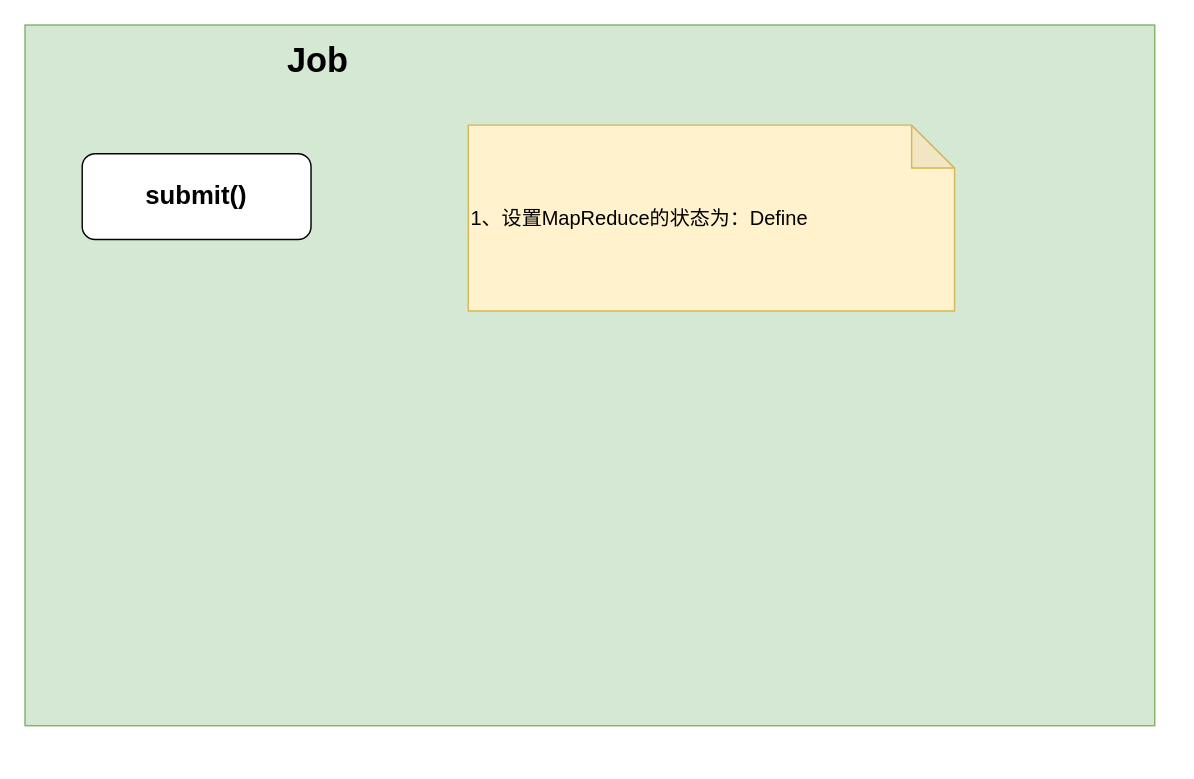
starzy1990/diagrams keeps this draw.io diagram as page "MapReduce" (5 of 5) of Hadoop.drawio. Above is the earlier version. Source tidied: cells renumbered, new cells numbered last; positions are measured from the earlier drawing's top-left corner, leaving out a move shared by most shapes. Both pictures are drawn from the tidied source at 143%, with x=0, y=0 at pixel (24, 24).
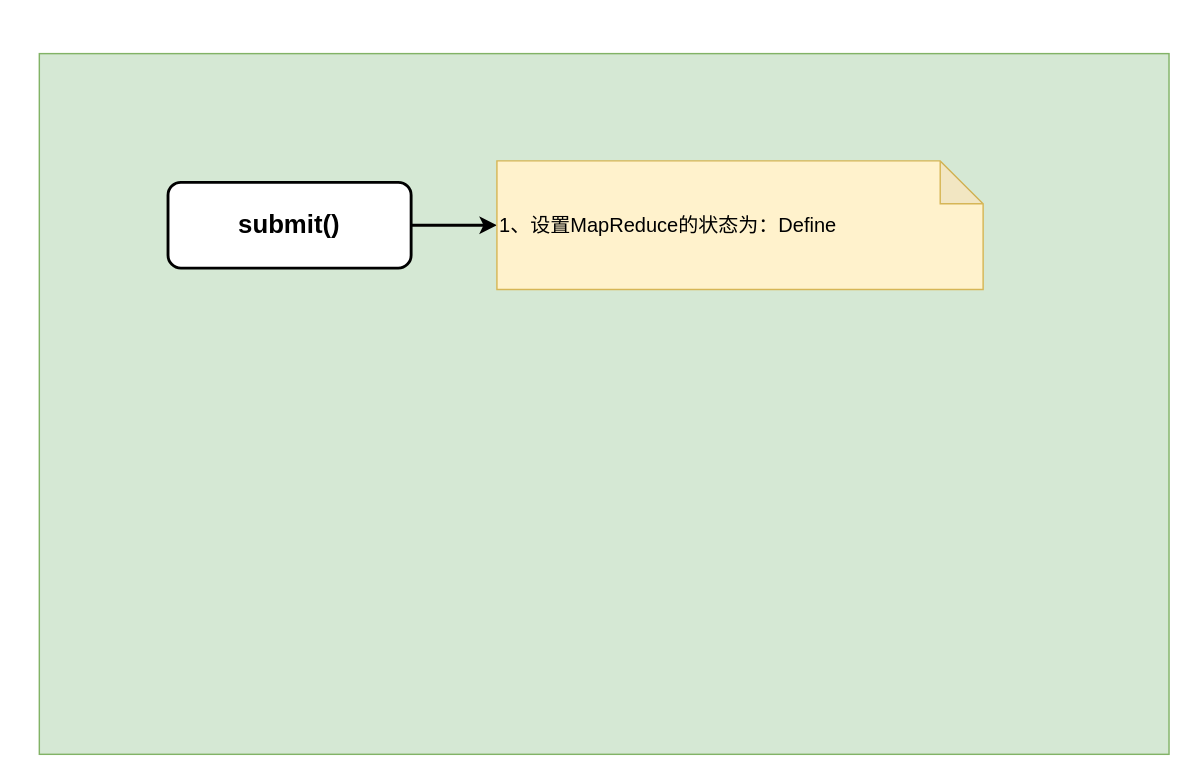
After the change.

What changed in the source:
```diff
@@
 <mxGraphModel>
   <root>
     <mxCell id="0" />
     <mxCell id="1" parent="0" />
     <mxCell id="2" style="rounded=0;whiteSpace=wrap;html=1;fillColor=#d5e8d4;strokeColor=#82b366;" parent="1" vertex="1">
-      <mxGeometry width="790" height="490" as="geometry" />
+      <mxGeometry x="10" y="20" width="790" height="490" as="geometry" />
     </mxCell>
+    <mxCell id="6" style="edgeStyle=orthogonalEdgeStyle;rounded=0;jettySize=auto;html=1;entryX=0;entryY=0.5;entryDx=0;entryDy=0;entryPerimeter=0;strokeWidth=2;" parent="1" edge="1" source="3" target="5">
+      <mxGeometry relative="1" as="geometry" />
+    </mxCell>
-    <mxCell id="3" value="submit()" style="rounded=1;whiteSpace=wrap;html=1;fontStyle=1;fontSize=18;" parent="1" vertex="1">
-      <mxGeometry x="40" y="90" width="160" height="60" as="geometry" />
+    <mxCell id="3" value="submit()" style="rounded=1;whiteSpace=wrap;html=1;fontStyle=1;fontSize=18;strokeWidth=2;" parent="1" vertex="1">
+      <mxGeometry x="100" y="110" width="170" height="60" as="geometry" />
     </mxCell>
-    <mxCell id="4" value="Job" style="text;html=1;strokeColor=none;fillColor=none;align=center;verticalAlign=middle;whiteSpace=wrap;rounded=0;fontSize=24;fontStyle=1;" parent="1" vertex="1">
-      <mxGeometry x="175" y="10" width="60" height="30" as="geometry" />
-    </mxCell>
     <mxCell id="5" value="1、设置MapReduce的状态为：Define" style="shape=note;whiteSpace=wrap;html=1;backgroundOutline=1;darkOpacity=0.05;fontSize=14;fillColor=#fff2cc;strokeColor=#d6b656;align=left;" parent="1" vertex="1">
-      <mxGeometry x="310" y="70" width="340" height="130" as="geometry" />
+      <mxGeometry x="330" y="95" width="340" height="90" as="geometry" />
     </mxCell>
   </root>
 </mxGraphModel>
```
